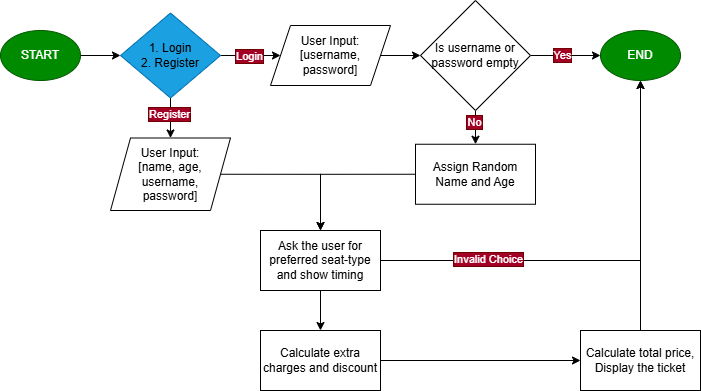
DCsince2003/freecodecamp-python keeps this draw.io diagram as flowcharts/movie-tkt-system-flowchart.drawio.png. Above is the earlier version. Source tidied: cells renumbered, new cells last; positions are measured from the earlier drawing's top-left corner, leaving out a move shared by most shapes.
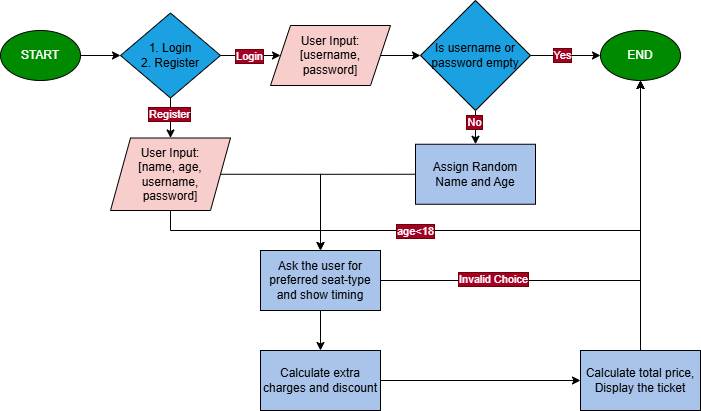
Later version of the same file.

Commit message:
Improve flowchart readability and add age validation

The edit, as a diff of the source:
```diff
@@ -1,14 +1,14 @@
-<mxGraphModel>
+<mxGraphModel background="light-dark(#FFFFFF,#808080)">
   <root>
     <mxCell id="0" />
     <mxCell id="1" parent="0" />
-    <mxCell id="2" style="edgeStyle=orthogonalEdgeStyle;rounded=0;jettySize=auto;html=1;" parent="1" edge="1" source="3" target="8">
+    <mxCell id="2" style="edgeStyle=orthogonalEdgeStyle;rounded=0;jettySize=auto;html=1;strokeColor=default;" parent="1" edge="1" source="3" target="8">
       <mxGeometry relative="1" as="geometry" />
     </mxCell>
-    <mxCell id="3" value="START" style="ellipse;whiteSpace=wrap;html=1;fillColor=#008a00;fontColor=#ffffff;strokeColor=#005700;" parent="1" vertex="1">
+    <mxCell id="3" value="START" style="ellipse;whiteSpace=wrap;html=1;fillColor=#008a00;fontColor=#ffffff;strokeColor=default;" parent="1" vertex="1">
       <mxGeometry y="30" width="80" height="50" as="geometry" />
     </mxCell>
-    <mxCell id="4" style="edgeStyle=orthogonalEdgeStyle;rounded=0;jettySize=auto;html=1;" parent="1" edge="1" source="8" target="10">
+    <mxCell id="4" style="edgeStyle=orthogonalEdgeStyle;rounded=0;jettySize=auto;html=1;strokeColor=default;" parent="1" edge="1" source="8" target="10">
       <mxGeometry relative="1" as="geometry">
         <Array as="points">
           <mxPoint x="330" y="70" />
@@ -16,83 +16,89 @@
         </Array>
       </mxGeometry>
     </mxCell>
-    <mxCell id="5" value="Login" style="edgeLabel;html=1;align=center;verticalAlign=middle;labelBackgroundColor=#a20025;fontColor=#ffffff;labelBorderColor=#6F0000;" parent="4" vertex="1">
+    <mxCell id="5" value="Login" style="edgeLabel;html=1;align=center;verticalAlign=middle;labelBackgroundColor=#a20025;fontColor=#ffffff;labelBorderColor=#6F0000;strokeColor=default;" parent="4" vertex="1">
       <mxGeometry x="0.05" y="-2" relative="1" as="geometry">
         <mxPoint x="-4" y="-2" as="offset" />
       </mxGeometry>
     </mxCell>
-    <mxCell id="6" style="edgeStyle=orthogonalEdgeStyle;rounded=0;jettySize=auto;html=1;" parent="1" edge="1" source="8" target="12">
+    <mxCell id="6" style="edgeStyle=orthogonalEdgeStyle;rounded=0;jettySize=auto;html=1;strokeColor=default;" parent="1" edge="1" source="8" target="12">
       <mxGeometry relative="1" as="geometry" />
     </mxCell>
-    <mxCell id="7" value="Register" style="edgeLabel;html=1;align=center;verticalAlign=middle;labelBackgroundColor=#a20025;fontColor=#ffffff;labelBorderColor=#6F0000;" parent="6" vertex="1">
+    <mxCell id="7" value="Register" style="edgeLabel;html=1;align=center;verticalAlign=middle;labelBackgroundColor=#a20025;fontColor=#ffffff;labelBorderColor=#6F0000;strokeColor=default;" parent="6" vertex="1">
       <mxGeometry x="-0.06" y="-2" relative="1" as="geometry">
         <mxPoint y="-3" as="offset" />
       </mxGeometry>
     </mxCell>
-    <mxCell id="8" value="1. Login&lt;div&gt;2. Register&lt;/div&gt;" style="rhombus;whiteSpace=wrap;html=1;fillColor=light-dark(#1BA1E2,#3333FF);fontColor=light-dark(#000000,#FFFFFF);strokeColor=#006EAF;fillStyle=auto;labelBorderColor=none;" parent="1" vertex="1">
+    <mxCell id="8" value="1. Login&lt;div&gt;2. Register&lt;/div&gt;" style="rhombus;whiteSpace=wrap;html=1;fillColor=#1BA1E2;fontColor=light-dark(#000000,#FFFFFF);strokeColor=default;fillStyle=auto;labelBorderColor=none;" parent="1" vertex="1">
       <mxGeometry x="120" y="12.5" width="100" height="85" as="geometry" />
     </mxCell>
-    <mxCell id="9" style="edgeStyle=orthogonalEdgeStyle;rounded=0;jettySize=auto;html=1;" parent="1" edge="1" source="10" target="19">
+    <mxCell id="9" style="edgeStyle=orthogonalEdgeStyle;rounded=0;jettySize=auto;html=1;strokeColor=default;" parent="1" edge="1" source="10" target="19">
       <mxGeometry relative="1" as="geometry" />
     </mxCell>
-    <mxCell id="10" value="User Input:&lt;div&gt;[username,&lt;/div&gt;&lt;div&gt;password]&lt;/div&gt;" style="shape=parallelogram;perimeter=parallelogramPerimeter;whiteSpace=wrap;html=1;fixedSize=1;fillColor=light-dark(#FFFFFF,#FFD966);" parent="1" vertex="1">
+    <mxCell id="10" value="User Input:&lt;div&gt;[username,&lt;/div&gt;&lt;div&gt;password]&lt;/div&gt;" style="shape=parallelogram;perimeter=parallelogramPerimeter;whiteSpace=wrap;html=1;fixedSize=1;fillColor=#F8CECC;strokeColor=default;" parent="1" vertex="1">
       <mxGeometry x="270" y="25" width="120" height="60" as="geometry" />
     </mxCell>
-    <mxCell id="11" style="edgeStyle=orthogonalEdgeStyle;rounded=0;jettySize=auto;html=1;exitX=1;exitY=0.5;exitDx=0;exitDy=0;entryX=0.5;entryY=0;entryDx=0;entryDy=0;" parent="1" edge="1" source="12" target="24">
+    <mxCell id="11" style="edgeStyle=orthogonalEdgeStyle;rounded=0;jettySize=auto;html=1;exitX=1;exitY=0.5;exitDx=0;exitDy=0;entryX=0.5;entryY=0;entryDx=0;entryDy=0;strokeColor=default;" parent="1" edge="1" source="12" target="24">
       <mxGeometry relative="1" as="geometry" />
     </mxCell>
+    <mxCell id="29" style="edgeStyle=orthogonalEdgeStyle;rounded=0;jettySize=auto;html=1;exitX=0.5;exitY=1;exitDx=0;exitDy=0;entryX=0.5;entryY=1;entryDx=0;entryDy=0;strokeColor=default;" parent="1" edge="1" source="12" target="20">
+      <mxGeometry relative="1" as="geometry" />
+    </mxCell>
+    <mxCell id="30" value="age&amp;lt;18" style="edgeLabel;html=1;align=center;verticalAlign=middle;labelBackgroundColor=#a20025;fontColor=#ffffff;labelBorderColor=#6F0000;strokeColor=default;" parent="29" vertex="1">
+      <mxGeometry x="-0.17" relative="1" as="geometry" />
+    </mxCell>
-    <mxCell id="12" value="User Input:&lt;div&gt;[name,&amp;nbsp;&lt;span style=&quot;background-color: transparent; color: light-dark(rgb(0, 0, 0), rgb(255, 255, 255));&quot;&gt;age,&lt;/span&gt;&lt;/div&gt;&lt;div&gt;username,&lt;/div&gt;&lt;div&gt;password]&lt;/div&gt;" style="shape=parallelogram;perimeter=parallelogramPerimeter;whiteSpace=wrap;html=1;fixedSize=1;fillColor=light-dark(#FFFFFF,#FFD966);" parent="1" vertex="1">
+    <mxCell id="12" value="User Input:&lt;div&gt;[name,&amp;nbsp;&lt;span style=&quot;background-color: transparent; color: light-dark(rgb(0, 0, 0), rgb(255, 255, 255));&quot;&gt;age,&lt;/span&gt;&lt;/div&gt;&lt;div&gt;username,&lt;/div&gt;&lt;div&gt;password]&lt;/div&gt;" style="shape=parallelogram;perimeter=parallelogramPerimeter;whiteSpace=wrap;html=1;fixedSize=1;fillColor=#F8CECC;strokeColor=default;" parent="1" vertex="1">
       <mxGeometry x="110" y="137.5" width="120" height="72.5" as="geometry" />
     </mxCell>
-    <mxCell id="13" style="edgeStyle=orthogonalEdgeStyle;rounded=0;jettySize=auto;html=1;exitX=0;exitY=0.5;exitDx=0;exitDy=0;" parent="1" edge="1" source="14" target="24">
+    <mxCell id="13" style="edgeStyle=orthogonalEdgeStyle;rounded=0;jettySize=auto;html=1;exitX=0;exitY=0.5;exitDx=0;exitDy=0;strokeColor=default;" parent="1" edge="1" source="14" target="24">
       <mxGeometry relative="1" as="geometry" />
     </mxCell>
-    <mxCell id="14" value="Assign Random Name and Age" style="whiteSpace=wrap;html=1;fillColor=light-dark(#FFFFFF,#A9C4EB);" parent="1" vertex="1">
+    <mxCell id="14" value="Assign Random Name and Age" style="whiteSpace=wrap;html=1;fillColor=#A9C4EB;strokeColor=default;" parent="1" vertex="1">
       <mxGeometry x="415" y="143.8" width="120" height="60" as="geometry" />
     </mxCell>
-    <mxCell id="15" style="edgeStyle=orthogonalEdgeStyle;rounded=0;jettySize=auto;html=1;exitX=0.5;exitY=1;exitDx=0;exitDy=0;entryX=0.5;entryY=0;entryDx=0;entryDy=0;" parent="1" edge="1" source="19" target="14">
+    <mxCell id="15" style="edgeStyle=orthogonalEdgeStyle;rounded=0;jettySize=auto;html=1;exitX=0.5;exitY=1;exitDx=0;exitDy=0;entryX=0.5;entryY=0;entryDx=0;entryDy=0;strokeColor=default;" parent="1" edge="1" source="19" target="14">
       <mxGeometry relative="1" as="geometry" />
     </mxCell>
-    <mxCell id="16" value="No" style="edgeLabel;html=1;align=center;verticalAlign=middle;labelBackgroundColor=#a20025;fontColor=#ffffff;labelBorderColor=#6F0000;" parent="15" vertex="1">
+    <mxCell id="16" value="No" style="edgeLabel;html=1;align=center;verticalAlign=middle;labelBackgroundColor=#a20025;fontColor=#ffffff;labelBorderColor=#6F0000;strokeColor=default;" parent="15" vertex="1">
       <mxGeometry x="-0.32" y="-2" relative="1" as="geometry" />
     </mxCell>
-    <mxCell id="17" style="edgeStyle=orthogonalEdgeStyle;rounded=0;jettySize=auto;html=1;exitX=1;exitY=0.5;exitDx=0;exitDy=0;" parent="1" edge="1" source="19" target="20">
+    <mxCell id="17" style="edgeStyle=orthogonalEdgeStyle;rounded=0;jettySize=auto;html=1;exitX=1;exitY=0.5;exitDx=0;exitDy=0;strokeColor=default;" parent="1" edge="1" source="19" target="20">
       <mxGeometry relative="1" as="geometry" />
     </mxCell>
-    <mxCell id="18" value="Yes" style="edgeLabel;html=1;align=center;verticalAlign=middle;labelBackgroundColor=#a20025;fontColor=#ffffff;labelBorderColor=#6F0000;" parent="17" vertex="1">
+    <mxCell id="18" value="Yes" style="edgeLabel;html=1;align=center;verticalAlign=middle;labelBackgroundColor=#a20025;fontColor=#ffffff;labelBorderColor=#6F0000;strokeColor=default;" parent="17" vertex="1">
       <mxGeometry x="-0.24" y="3" relative="1" as="geometry">
         <mxPoint x="4" y="2" as="offset" />
       </mxGeometry>
     </mxCell>
-    <mxCell id="19" value="Is username or password empty" style="rhombus;whiteSpace=wrap;html=1;fillColor=light-dark(#FFFFFF,#3333FF);fontColor=light-dark(#000000,#FFFFFF);" parent="1" vertex="1">
+    <mxCell id="19" value="Is username or password empty" style="rhombus;whiteSpace=wrap;html=1;fillColor=#1BA1E2;fontColor=light-dark(#000000,#FFFFFF);strokeColor=default;" parent="1" vertex="1">
       <mxGeometry x="420" width="110" height="110" as="geometry" />
     </mxCell>
-    <mxCell id="20" value="END" style="ellipse;whiteSpace=wrap;html=1;fillColor=#008a00;fontColor=#ffffff;strokeColor=#005700;" parent="1" vertex="1">
+    <mxCell id="20" value="END" style="ellipse;whiteSpace=wrap;html=1;fillColor=#008a00;fontColor=#ffffff;strokeColor=default;" parent="1" vertex="1">
       <mxGeometry x="600" y="30" width="80" height="50" as="geometry" />
     </mxCell>
-    <mxCell id="21" style="edgeStyle=orthogonalEdgeStyle;rounded=0;jettySize=auto;html=1;" parent="1" edge="1" source="24" target="26">
+    <mxCell id="21" style="edgeStyle=orthogonalEdgeStyle;rounded=0;jettySize=auto;html=1;strokeColor=default;" parent="1" edge="1" source="24" target="26">
       <mxGeometry relative="1" as="geometry" />
     </mxCell>
-    <mxCell id="22" style="edgeStyle=orthogonalEdgeStyle;rounded=0;jettySize=auto;html=1;exitX=1;exitY=0.5;exitDx=0;exitDy=0;entryX=0.5;entryY=1;entryDx=0;entryDy=0;" parent="1" edge="1" source="24" target="20">
+    <mxCell id="22" style="edgeStyle=orthogonalEdgeStyle;rounded=0;jettySize=auto;html=1;exitX=1;exitY=0.5;exitDx=0;exitDy=0;entryX=0.5;entryY=1;entryDx=0;entryDy=0;strokeColor=default;" parent="1" edge="1" source="24" target="20">
       <mxGeometry relative="1" as="geometry" />
     </mxCell>
-    <mxCell id="23" value="Invalid Choice" style="edgeLabel;html=1;align=center;verticalAlign=middle;labelBackgroundColor=#a20025;fontColor=#ffffff;labelBorderColor=#6F0000;" parent="22" vertex="1">
+    <mxCell id="23" value="Invalid Choice" style="edgeLabel;html=1;align=center;verticalAlign=middle;labelBackgroundColor=#a20025;fontColor=#ffffff;labelBorderColor=#6F0000;strokeColor=default;" parent="22" vertex="1">
       <mxGeometry x="-0.51" y="2" relative="1" as="geometry" />
     </mxCell>
-    <mxCell id="24" value="Ask the user for preferred seat-type and show timing" style="rounded=0;whiteSpace=wrap;html=1;fillColor=light-dark(#FFFFFF,#A9C4EB);" parent="1" vertex="1">
-      <mxGeometry x="260" y="230" width="120" height="60" as="geometry" />
+    <mxCell id="24" value="Ask the user for preferred seat-type and show timing" style="rounded=0;whiteSpace=wrap;html=1;fillColor=#A9C4EB;strokeColor=default;" parent="1" vertex="1">
+      <mxGeometry x="260" y="250" width="120" height="60" as="geometry" />
     </mxCell>
-    <mxCell id="25" style="edgeStyle=orthogonalEdgeStyle;rounded=0;jettySize=auto;html=1;" parent="1" edge="1" source="26" target="28">
+    <mxCell id="25" style="edgeStyle=orthogonalEdgeStyle;rounded=0;jettySize=auto;html=1;strokeColor=default;" parent="1" edge="1" source="26" target="28">
       <mxGeometry relative="1" as="geometry" />
     </mxCell>
-    <mxCell id="26" value="Calculate extra charges and discount" style="whiteSpace=wrap;html=1;rounded=0;fillColor=light-dark(#FFFFFF,#A9C4EB);" parent="1" vertex="1">
-      <mxGeometry x="260" y="330" width="120" height="60" as="geometry" />
+    <mxCell id="26" value="Calculate extra charges and discount" style="whiteSpace=wrap;html=1;rounded=0;fillColor=#A9C4EB;strokeColor=default;" parent="1" vertex="1">
+      <mxGeometry x="260" y="350" width="120" height="60" as="geometry" />
     </mxCell>
-    <mxCell id="27" style="edgeStyle=orthogonalEdgeStyle;rounded=0;jettySize=auto;html=1;exitX=0.5;exitY=0;exitDx=0;exitDy=0;entryX=0.5;entryY=1;entryDx=0;entryDy=0;" parent="1" edge="1" source="28" target="20">
+    <mxCell id="27" style="edgeStyle=orthogonalEdgeStyle;rounded=0;jettySize=auto;html=1;exitX=0.5;exitY=0;exitDx=0;exitDy=0;entryX=0.5;entryY=1;entryDx=0;entryDy=0;strokeColor=default;" parent="1" edge="1" source="28" target="20">
       <mxGeometry relative="1" as="geometry" />
     </mxCell>
-    <mxCell id="28" value="Calculate total price,&lt;div&gt;Display the ticket&lt;/div&gt;" style="whiteSpace=wrap;html=1;rounded=0;fillColor=light-dark(#FFFFFF,#A9C4EB);" parent="1" vertex="1">
-      <mxGeometry x="580" y="330" width="120" height="60" as="geometry" />
+    <mxCell id="28" value="Calculate total price,&lt;div&gt;Display the ticket&lt;/div&gt;" style="whiteSpace=wrap;html=1;rounded=0;fillColor=#A9C4EB;strokeColor=default;" parent="1" vertex="1">
+      <mxGeometry x="580" y="350" width="120" height="60" as="geometry" />
     </mxCell>
   </root>
 </mxGraphModel>
```
